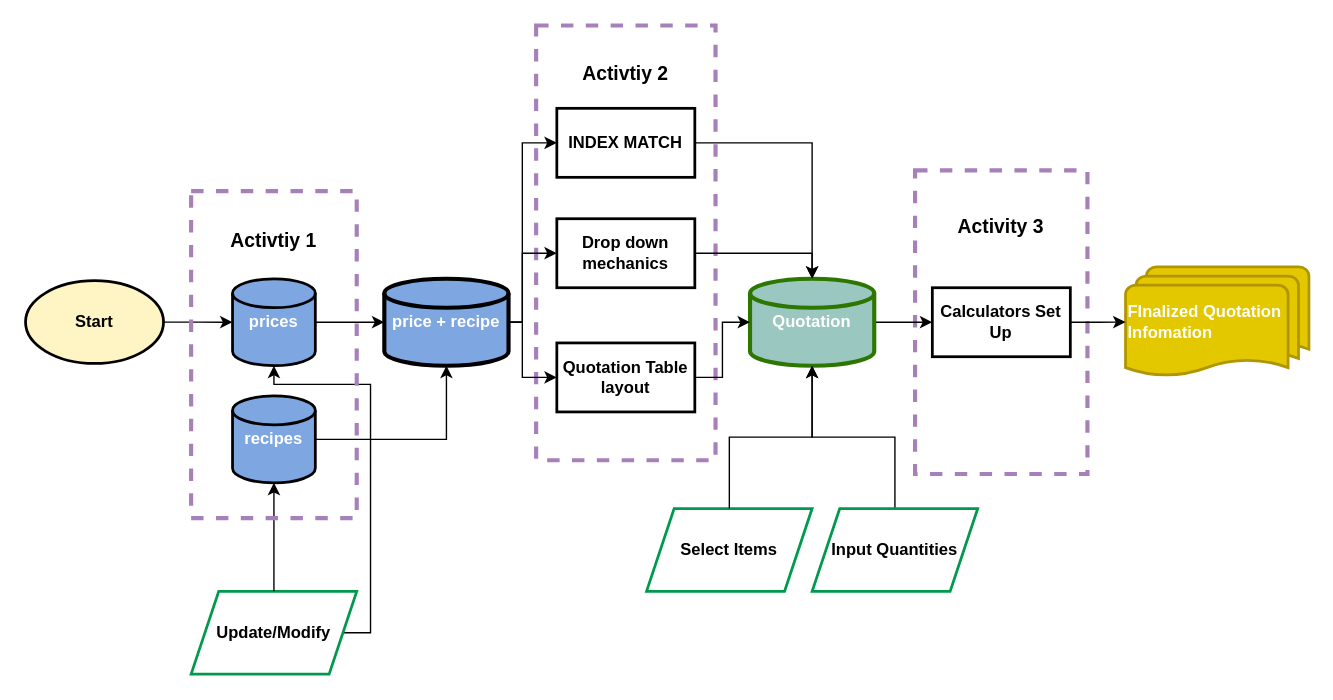
Before: page "Workflow" (1 of 2) of Excel/Workflow_for_blog.drawio in basic-produce/Data_Port, a draw.io diagram. Source tidied: cells renumbered, new cells numbered last; positions are measured from the earlier drawing's top-left corner, leaving out a move shared by most shapes. Both pictures are drawn from the tidied source at 138%, with x=0, y=0 at pixel (25, 25).
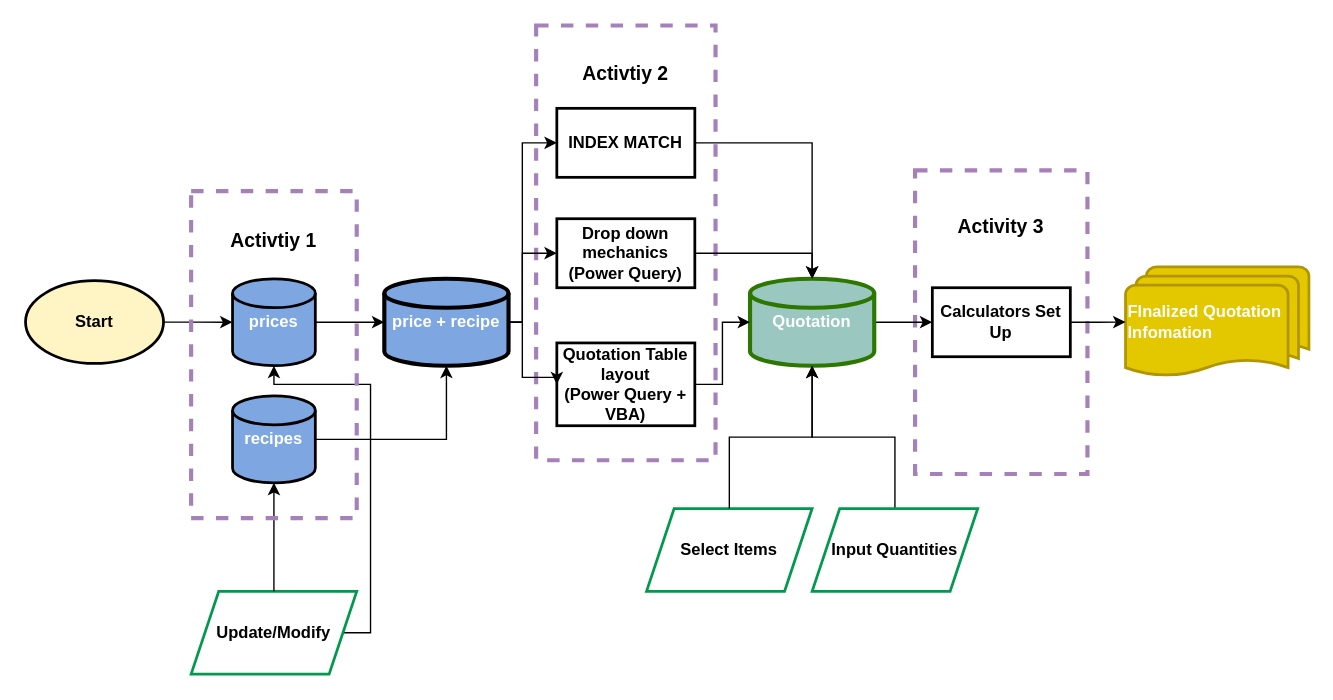
The same page after the edit.

What changed in the source:
```diff
@@
-    <mxCell id="7" value="Drop down mechanics" style="rounded=0;whiteSpace=wrap;html=1;fontStyle=1;strokeWidth=2;" parent="1" vertex="1">
+    <mxCell id="7" value="Drop down mechanics (Power Query)" style="rounded=0;whiteSpace=wrap;html=1;fontStyle=1;strokeWidth=2;" parent="1" vertex="1">
       <mxGeometry x="385" y="140" width="100" height="50" as="geometry" />
     </mxCell>
@@
-    <mxCell id="13" value="Quotation Table layout" style="rounded=0;whiteSpace=wrap;html=1;fontStyle=1;strokeWidth=2;" parent="1" vertex="1">
-      <mxGeometry x="385" y="230" width="100" height="50" as="geometry" />
+    <mxCell id="13" value="Quotation Table layout&lt;br&gt;(Power Query + VBA)" style="rounded=0;whiteSpace=wrap;html=1;fontStyle=1;strokeWidth=2;" parent="1" vertex="1">
+      <mxGeometry x="385" y="230" width="100" height="60" as="geometry" />
     </mxCell>
```
